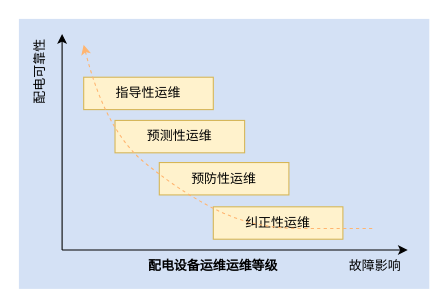
CloudOnWings/docs keeps this draw.io diagram as page "第 3 页" (3 of 7) of documentation/pfcurve.drawio. Above is the earlier version. Source tidied: cells renumbered, new cells numbered last; positions are measured from the earlier drawing's top-left corner, leaving out a move shared by most shapes. Both pictures are drawn from the tidied source at 108%, with x=0, y=0 at pixel (-3, 18).
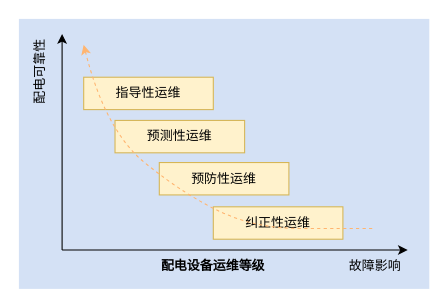
Above is the later version.

What changed in the source:
```diff
@@
 <mxGraphModel>
   <root>
     <mxCell id="0" />
     <mxCell id="1" parent="0" />
     <mxCell id="2" style="rounded=0;whiteSpace=wrap;html=1;strokeColor=none;fillColor=#D4E1F5;" parent="1" vertex="1">
       <mxGeometry x="20" width="380" height="250" as="geometry" />
     </mxCell>
     <mxCell id="3" value="预防性运维" style="rounded=0;whiteSpace=wrap;html=1;strokeColor=#d6b656;fillColor=#fff2cc;" parent="1" vertex="1">
       <mxGeometry x="150" y="133" width="120" height="30" as="geometry" />
     </mxCell>
     <mxCell id="4" value="预测性运维" style="rounded=0;whiteSpace=wrap;html=1;strokeColor=#d6b656;fillColor=#fff2cc;" parent="1" vertex="1">
       <mxGeometry x="109" y="94" width="120" height="30" as="geometry" />
     </mxCell>
     <mxCell id="5" value="指导性运维" style="rounded=0;whiteSpace=wrap;html=1;strokeColor=#d6b656;fillColor=#fff2cc;" parent="1" vertex="1">
       <mxGeometry x="80" y="54" width="120" height="30" as="geometry" />
     </mxCell>
     <mxCell id="6" value="纠正性运维" style="rounded=0;whiteSpace=wrap;html=1;strokeColor=#d6b656;fillColor=#fff2cc;" parent="1" vertex="1">
       <mxGeometry x="200" y="174" width="120" height="30" as="geometry" />
     </mxCell>
     <mxCell id="7" style="endArrow=classic;html=1;rounded=0;" parent="1" edge="1">
       <mxGeometry relative="1" as="geometry">
         <mxPoint x="60" y="214" as="sourcePoint" />
         <mxPoint x="380" y="214" as="targetPoint" />
       </mxGeometry>
     </mxCell>
     <mxCell id="8" style="endArrow=classic;html=1;rounded=0;" parent="1" edge="1">
       <mxGeometry relative="1" as="geometry">
         <mxPoint x="60" y="214" as="sourcePoint" />
         <mxPoint x="60" y="14" as="targetPoint" />
       </mxGeometry>
     </mxCell>
     <mxCell id="9" value="配电可靠性" style="text;html=1;whiteSpace=wrap;strokeColor=none;fillColor=none;align=center;verticalAlign=middle;rounded=0;rotation=-90;" parent="1" vertex="1">
       <mxGeometry y="34" width="80" height="30" as="geometry" />
     </mxCell>
     <mxCell id="10" value="故障影响" style="text;html=1;whiteSpace=wrap;strokeColor=none;fillColor=none;align=center;verticalAlign=middle;rounded=0;rotation=0;" parent="1" vertex="1">
       <mxGeometry x="320" y="214" width="60" height="30" as="geometry" />
     </mxCell>
     <mxCell id="11" style="curved=1;endArrow=none;html=1;rounded=0;endFill=0;startArrow=classic;startFill=1;strokeColor=#FFB570;dashed=1;" parent="1" edge="1">
       <mxGeometry relative="1" as="geometry">
         <mxPoint x="80" y="24" as="sourcePoint" />
         <mxPoint x="350" y="194" as="targetPoint" />
         <Array as="points">
           <mxPoint x="100" y="104" />
           <mxPoint x="175" y="164" />
           <mxPoint x="240" y="194" />
           <mxPoint x="320" y="194" />
         </Array>
       </mxGeometry>
     </mxCell>
-    <mxCell id="12" value="配电设备运维运维等级" style="text;html=1;whiteSpace=wrap;strokeColor=none;fillColor=none;align=center;verticalAlign=middle;rounded=0;rotation=0;fontStyle=1;" parent="1" vertex="1">
+    <mxCell id="12" value="配电设备运维等级" style="text;html=1;whiteSpace=wrap;strokeColor=none;fillColor=none;align=center;verticalAlign=middle;rounded=0;rotation=0;fontStyle=1;" parent="1" vertex="1">
       <mxGeometry x="130" y="214" width="140" height="30" as="geometry" />
     </mxCell>
   </root>
 </mxGraphModel>
```
